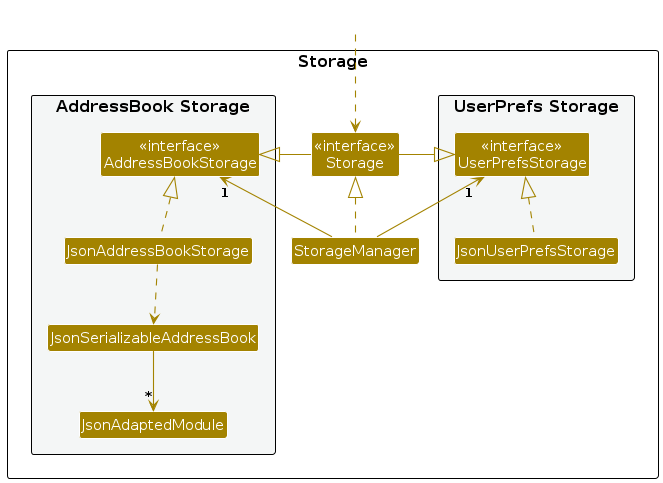
Above: diagrams/StorageClassDiagram.png in ji-just-ji/tp (PlantUML), before the change. Its source is kept beside it as diagrams/StorageClassDiagram.puml. Its diagram source:
```plantuml
@startuml
!include style.puml
skinparam arrowThickness 1.1
skinparam arrowColor STORAGE_COLOR
skinparam classBackgroundColor STORAGE_COLOR

package Storage as StoragePackage {

package "UserPrefs Storage" #F4F6F6{
Class "<<interface>>\nUserPrefsStorage" as UserPrefsStorage
Class JsonUserPrefsStorage
}

Class "<<interface>>\nStorage" as Storage
Class StorageManager

package "AddressBook Storage" #F4F6F6{
Class "<<interface>>\nAddressBookStorage" as AddressBookStorage
Class JsonAddressBookStorage
Class JsonSerializableAddressBook
Class JsonAdaptedModule
}

}

Class HiddenOutside #FFFFFF
HiddenOutside ..> Storage

StorageManager .up.|> Storage
StorageManager -up-> "1" UserPrefsStorage
StorageManager -up-> "1" AddressBookStorage

Storage -left-|> UserPrefsStorage
Storage -right-|> AddressBookStorage

JsonUserPrefsStorage .up.|> UserPrefsStorage
JsonAddressBookStorage .up.|> AddressBookStorage
JsonAddressBookStorage ..> JsonSerializableAddressBook
JsonSerializableAddressBook --> "*" JsonAdaptedModule


@enduml
```
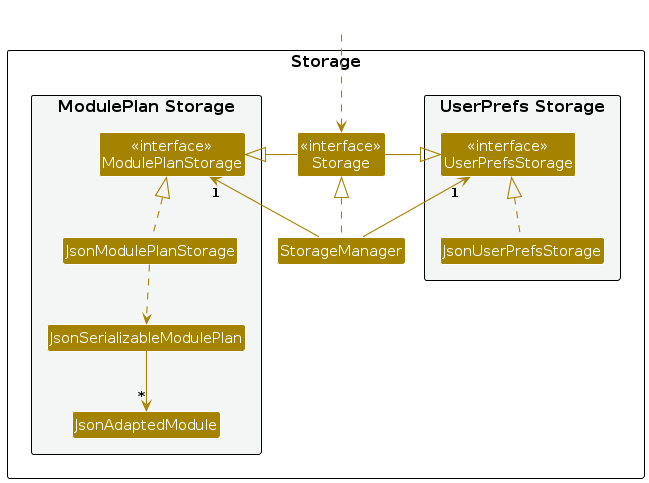
The same diagram one commit later.

What changed in the source:
```diff
@@ -14,10 +14,10 @@
 Class "<<interface>>\nStorage" as Storage
 Class StorageManager
 
-package "AddressBook Storage" #F4F6F6{
-Class "<<interface>>\nAddressBookStorage" as AddressBookStorage
-Class JsonAddressBookStorage
-Class JsonSerializableAddressBook
+package "ModulePlan Storage" #F4F6F6{
+Class "<<interface>>\nModulePlanStorage" as ModulePlanStorage
+Class JsonModulePlanStorage
+Class JsonSerializableModulePlan
 Class JsonAdaptedModule
 }
 
@@ -28,15 +28,15 @@
 
 StorageManager .up.|> Storage
 StorageManager -up-> "1" UserPrefsStorage
-StorageManager -up-> "1" AddressBookStorage
+StorageManager -up-> "1" ModulePlanStorage
 
 Storage -left-|> UserPrefsStorage
-Storage -right-|> AddressBookStorage
+Storage -right-|> ModulePlanStorage
 
 JsonUserPrefsStorage .up.|> UserPrefsStorage
-JsonAddressBookStorage .up.|> AddressBookStorage
-JsonAddressBookStorage ..> JsonSerializableAddressBook
-JsonSerializableAddressBook --> "*" JsonAdaptedModule
+JsonModulePlanStorage .up.|> ModulePlanStorage
+JsonModulePlanStorage ..> JsonSerializableModulePlan
+JsonSerializableModulePlan --> "*" JsonAdaptedModule
 
 
 @enduml
```
